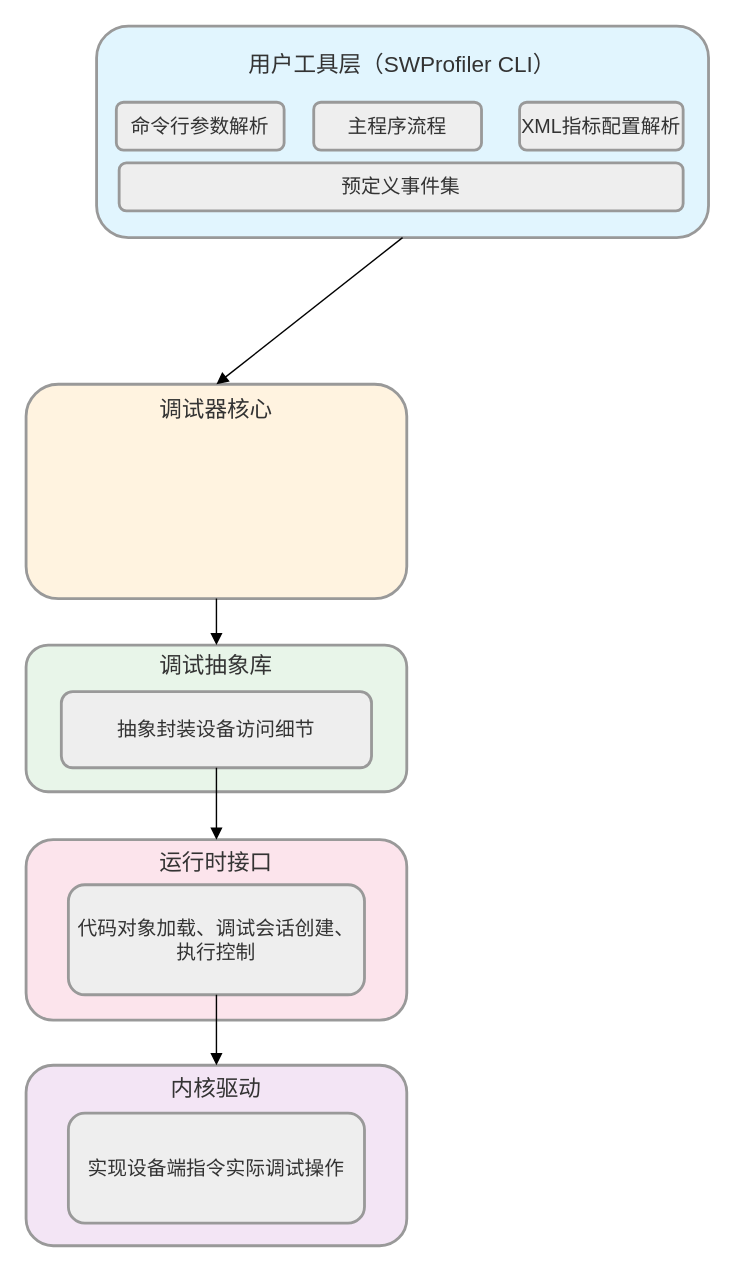
Above: swprofiler_arch.drawio in HanxuLiu/drawio-files (draw.io), before the change. Source tidied: cells renumbered, new cells numbered last; positions are measured from the earlier drawing's top-left corner, leaving out a move shared by most shapes. Both pictures are drawn from the tidied source at 141%, with x=0, y=0 at pixel (25, 25).
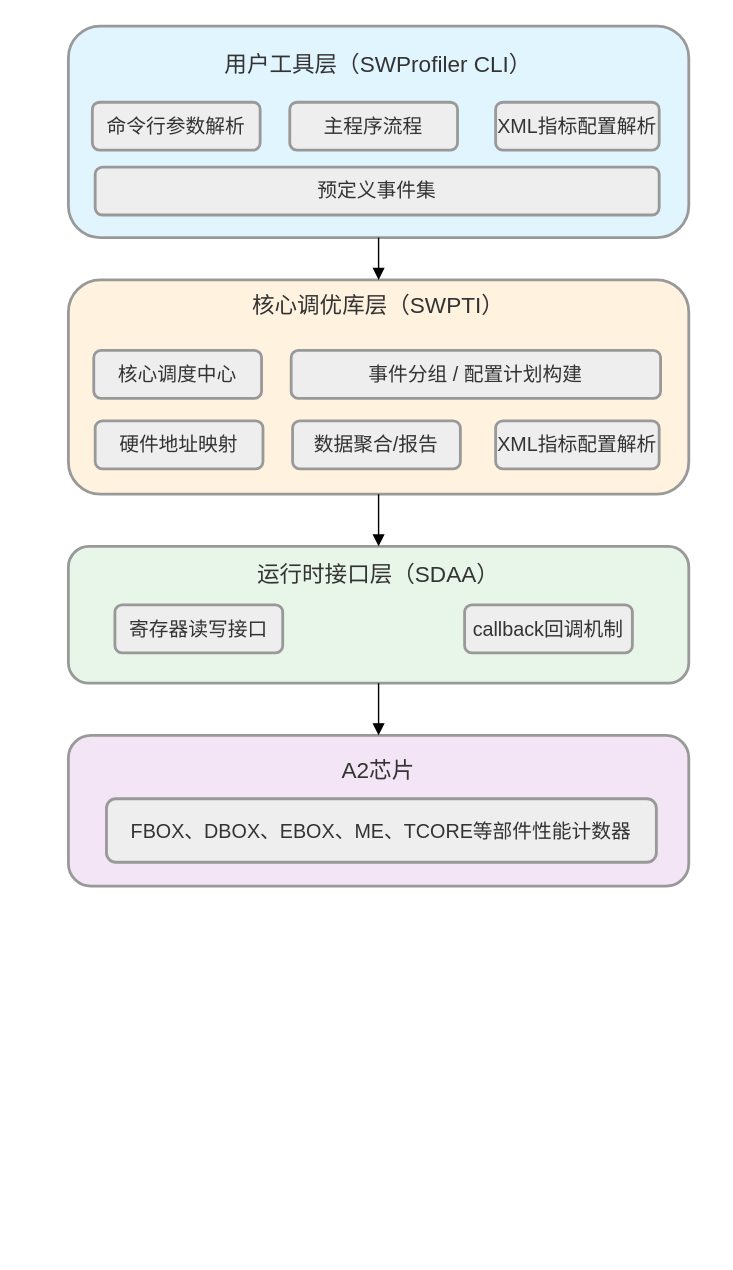
The same page after the edit.

The edit, as a diff of the source:
```diff
@@
-    <mxCell id="2" value="内核驱动&#10;&#10;&#10;&#10;&#10;" style="whiteSpace=wrap;strokeWidth=2;fillColor=#f3e5f5;strokeColor=light-dark(#999999,#cccccc);fontColor=light-dark(#333333,#cccccc);shadow=0;rounded=1;fontSize=16;" parent="1" vertex="1">
-      <mxGeometry y="737" width="270" height="128" as="geometry" />
+    <mxCell id="2" value="A2芯片&#10;&#10;&#10;" style="whiteSpace=wrap;strokeWidth=2;fillColor=#f3e5f5;strokeColor=light-dark(#999999,#cccccc);fontColor=light-dark(#333333,#cccccc);shadow=0;rounded=1;fontSize=16;" parent="1" vertex="1">
+      <mxGeometry x="30" y="503" width="440" height="107" as="geometry" />
     </mxCell>
-    <mxCell id="3" value="运行时接口&#10;&#10;&#10;&#10;&#10;" style="whiteSpace=wrap;strokeWidth=2;fillColor=#fce4ec;strokeColor=light-dark(#999999,#cccccc);fontColor=light-dark(#333333,#cccccc);shadow=0;rounded=1;fontSize=16;" parent="1" vertex="1">
-      <mxGeometry y="577" width="270" height="128" as="geometry" />
-    </mxCell>
-    <mxCell id="4" value="调试抽象库&#10;&#10;&#10;&#10;" style="whiteSpace=wrap;strokeWidth=2;fillColor=#e8f5e9;strokeColor=light-dark(#999999,#cccccc);fontColor=light-dark(#333333,#cccccc);shadow=0;rounded=1;fontSize=16;" parent="1" vertex="1">
-      <mxGeometry y="439" width="270" height="104" as="geometry" />
+    <mxCell id="4" value="运行时接口层（SDAA）&#10;&#10;&#10;" style="whiteSpace=wrap;strokeWidth=2;fillColor=#e8f5e9;strokeColor=light-dark(#999999,#cccccc);fontColor=light-dark(#333333,#cccccc);shadow=0;rounded=1;fontSize=16;" parent="1" vertex="1">
+      <mxGeometry x="30" y="369" width="440" height="97" as="geometry" />
     </mxCell>
-    <mxCell id="5" value="调试器核心&#10;&#10;&#10;&#10;&#10;&#10;" style="whiteSpace=wrap;strokeWidth=2;fillColor=#fff3e0;strokeColor=light-dark(#999999,#cccccc);fontColor=light-dark(#333333,#cccccc);shadow=0;rounded=1;fontSize=16;" parent="1" vertex="1">
-      <mxGeometry y="254" width="270" height="152" as="geometry" />
+    <mxCell id="5" value="核心调优库层（SWPTI）&#10;&#10;&#10;&#10;&#10;&#10;" style="whiteSpace=wrap;strokeWidth=2;fillColor=#fff3e0;strokeColor=light-dark(#999999,#cccccc);fontColor=light-dark(#333333,#cccccc);shadow=0;rounded=1;fontSize=16;" parent="1" vertex="1">
+      <mxGeometry x="30" y="180" width="440" height="152" as="geometry" />
     </mxCell>
     <mxCell id="6" value="用户工具层（SWProfiler CLI）&#10;&#10;&#10;&#10;&#10;" style="whiteSpace=wrap;strokeWidth=2;fillColor=#e1f5fe;strokeColor=light-dark(#999999,#cccccc);fontColor=light-dark(#333333,#cccccc);rounded=1;shadow=0;fontSize=16;" parent="1" vertex="1">
-      <mxGeometry x="50" width="434" height="150" as="geometry" />
+      <mxGeometry x="30" width="440" height="150" as="geometry" />
     </mxCell>
     <mxCell id="7" value="命令行参数解析" style="whiteSpace=wrap;strokeWidth=2;fillColor=light-dark(#eeeeee,#1f2020);strokeColor=light-dark(#999999,#cccccc);fontColor=light-dark(#333333,#cccccc);shadow=0;rounded=1;fontSize=14;" parent="1" vertex="1">
-      <mxGeometry x="64" y="54" width="119" height="34" as="geometry" />
+      <mxGeometry x="47" y="54" width="119" height="34" as="geometry" />
     </mxCell>
     <mxCell id="8" value="预定义事件集" style="whiteSpace=wrap;strokeWidth=2;fillColor=light-dark(#eeeeee,#1f2020);strokeColor=light-dark(#999999,#cccccc);fontColor=light-dark(#333333,#cccccc);shadow=0;rounded=1;fontSize=14;" parent="1" vertex="1">
-      <mxGeometry x="66" y="97" width="400" height="34" as="geometry" />
+      <mxGeometry x="49" y="100" width="400" height="34" as="geometry" />
     </mxCell>
-    <mxCell id="9" value="抽象封装设备访问细节" style="whiteSpace=wrap;strokeWidth=2;fillColor=light-dark(#eeeeee,#1f2020);strokeColor=light-dark(#999999,#cccccc);fontColor=light-dark(#333333,#cccccc);shadow=0;rounded=1;fontSize=14;" parent="1" vertex="1">
-      <mxGeometry x="25" y="472" width="220" height="54" as="geometry" />
-    </mxCell>
-    <mxCell id="10" value="代码对象加载、调试会话创建、执行控制" style="whiteSpace=wrap;strokeWidth=2;fillColor=light-dark(#eeeeee,#1f2020);strokeColor=light-dark(#999999,#cccccc);fontColor=light-dark(#333333,#cccccc);shadow=0;rounded=1;fontSize=14;" parent="1" vertex="1">
-      <mxGeometry x="30" y="609" width="210" height="78" as="geometry" />
-    </mxCell>
-    <mxCell id="11" value="实现设备端指令实际调试操作" style="whiteSpace=wrap;strokeWidth=2;fillColor=light-dark(#eeeeee,#1f2020);strokeColor=light-dark(#999999,#cccccc);fontColor=light-dark(#333333,#cccccc);shadow=0;rounded=1;fontSize=14;" parent="1" vertex="1">
-      <mxGeometry x="30" y="771" width="210" height="78" as="geometry" />
+    <mxCell id="11" value="FBOX、DBOX、EBOX、ME、TCORE等部件性能计数器" style="whiteSpace=wrap;strokeWidth=2;fillColor=light-dark(#eeeeee,#1f2020);strokeColor=light-dark(#999999,#cccccc);fontColor=light-dark(#333333,#cccccc);shadow=0;rounded=1;fontSize=14;" parent="1" vertex="1">
+      <mxGeometry x="57" y="548" width="390" height="45" as="geometry" />
     </mxCell>
@@
-    <mxCell id="14" style="curved=1;startArrow=none;endArrow=block;exitX=0.5;exitY=1;rounded=0;shadow=0;fontSize=14;entryX=0.5;entryY=0;entryDx=0;entryDy=0;" parent="1" edge="1" source="9" target="3">
-      <mxGeometry relative="1" as="geometry" />
-    </mxCell>
-    <mxCell id="15" style="curved=1;startArrow=none;endArrow=block;exitX=0.5;exitY=1;rounded=0;shadow=0;fontSize=14;entryX=0.5;entryY=0;entryDx=0;entryDy=0;" parent="1" edge="1" source="10" target="2">
+    <mxCell id="15" style="curved=1;startArrow=none;endArrow=block;exitX=0.5;exitY=1;rounded=0;shadow=0;fontSize=14;entryX=0.5;entryY=0;entryDx=0;entryDy=0;exitDx=0;exitDy=0;" parent="1" edge="1" source="4" target="2">
       <mxGeometry relative="1" as="geometry" />
     </mxCell>
     <mxCell id="16" value="主程序流程" style="whiteSpace=wrap;strokeWidth=2;fillColor=light-dark(#eeeeee,#1f2020);strokeColor=light-dark(#999999,#cccccc);fontColor=light-dark(#333333,#cccccc);shadow=0;rounded=1;fontSize=14;" parent="1" vertex="1">
-      <mxGeometry x="204" y="54" width="119" height="34" as="geometry" />
+      <mxGeometry x="187" y="54" width="119" height="34" as="geometry" />
     </mxCell>
     <mxCell id="17" value="XML指标配置解析" style="whiteSpace=wrap;strokeWidth=2;fillColor=light-dark(#eeeeee,#1f2020);strokeColor=light-dark(#999999,#cccccc);fontColor=light-dark(#333333,#cccccc);shadow=0;rounded=1;fontSize=14;" parent="1" vertex="1">
-      <mxGeometry x="350" y="54" width="116" height="34" as="geometry" />
+      <mxGeometry x="333" y="54" width="116" height="34" as="geometry" />
     </mxCell>
+    <mxCell id="18" value="核心调度中心" style="whiteSpace=wrap;strokeWidth=2;fillColor=light-dark(#eeeeee,#1f2020);strokeColor=light-dark(#999999,#cccccc);fontColor=light-dark(#333333,#cccccc);shadow=0;rounded=1;fontSize=14;" parent="1" vertex="1">
+      <mxGeometry x="48" y="230" width="119" height="34" as="geometry" />
+    </mxCell>
+    <mxCell id="19" value="事件分组 / 配置计划构建" style="whiteSpace=wrap;strokeWidth=2;fillColor=light-dark(#eeeeee,#1f2020);strokeColor=light-dark(#999999,#cccccc);fontColor=light-dark(#333333,#cccccc);shadow=0;rounded=1;fontSize=14;" parent="1" vertex="1">
+      <mxGeometry x="188" y="230" width="262" height="34" as="geometry" />
+    </mxCell>
+    <mxCell id="20" value="XML指标配置解析" style="whiteSpace=wrap;strokeWidth=2;fillColor=light-dark(#eeeeee,#1f2020);strokeColor=light-dark(#999999,#cccccc);fontColor=light-dark(#333333,#cccccc);shadow=0;rounded=1;fontSize=14;" parent="1" vertex="1">
+      <mxGeometry x="333" y="280" width="116" height="34" as="geometry" />
+    </mxCell>
+    <mxCell id="21" value="硬件地址映射" style="whiteSpace=wrap;strokeWidth=2;fillColor=light-dark(#eeeeee,#1f2020);strokeColor=light-dark(#999999,#cccccc);fontColor=light-dark(#333333,#cccccc);shadow=0;rounded=1;fontSize=14;" parent="1" vertex="1">
+      <mxGeometry x="49" y="280" width="119" height="34" as="geometry" />
+    </mxCell>
+    <mxCell id="22" value="数据聚合/报告" style="whiteSpace=wrap;strokeWidth=2;fillColor=light-dark(#eeeeee,#1f2020);strokeColor=light-dark(#999999,#cccccc);fontColor=light-dark(#333333,#cccccc);shadow=0;rounded=1;fontSize=14;" parent="1" vertex="1">
+      <mxGeometry x="189" y="280" width="119" height="34" as="geometry" />
+    </mxCell>
+    <mxCell id="23" value="callback回调机制" style="whiteSpace=wrap;strokeWidth=2;fillColor=light-dark(#eeeeee,#1f2020);strokeColor=light-dark(#999999,#cccccc);fontColor=light-dark(#333333,#cccccc);shadow=0;rounded=1;fontSize=14;" parent="1" vertex="1">
+      <mxGeometry x="311" y="410.5" width="119" height="34" as="geometry" />
+    </mxCell>
+    <mxCell id="24" value="寄存器读写接口" style="whiteSpace=wrap;strokeWidth=2;fillColor=light-dark(#eeeeee,#1f2020);strokeColor=light-dark(#999999,#cccccc);fontColor=light-dark(#333333,#cccccc);shadow=0;rounded=1;fontSize=14;" parent="1" vertex="1">
+      <mxGeometry x="63" y="410.5" width="119" height="34" as="geometry" />
+    </mxCell>
```
